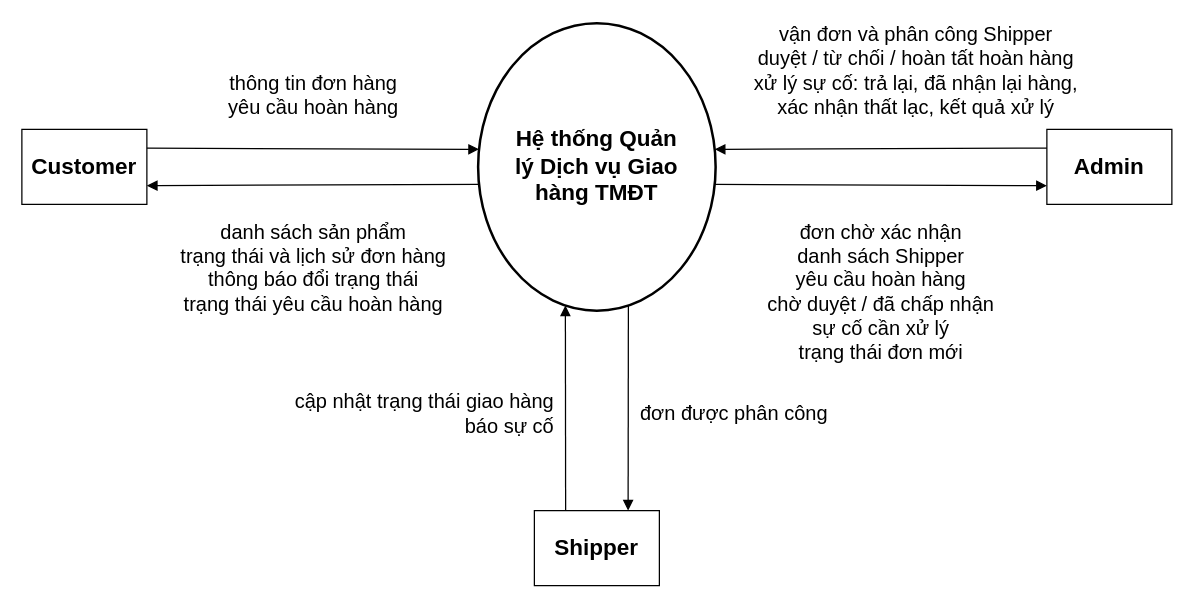
Before: docs/srs/diagrams/context.drawio in MinhNhat-hub/GiaoHangThuongMaiDienTu, a draw.io diagram. Source tidied: cells renumbered, new cells numbered last; positions are measured from the earlier drawing's top-left corner, leaving out a move shared by most shapes. Both pictures are drawn from the tidied source at 125%, with x=0, y=0 at pixel (21, 22).
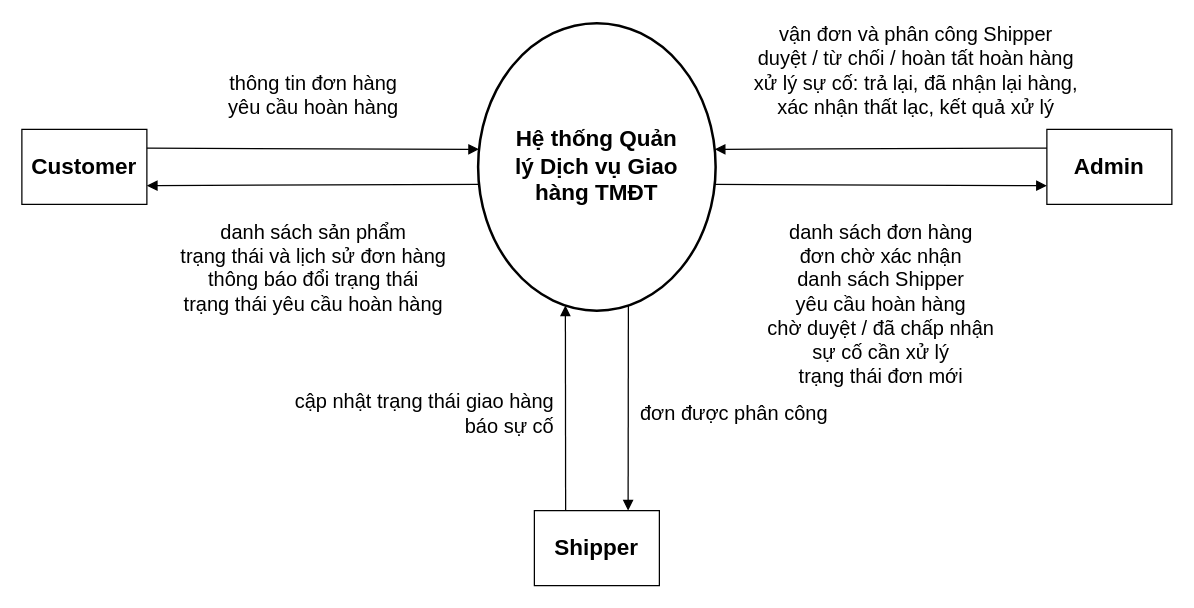
After the change.

The edit, as a diff of the source:
```diff
@@
 <mxGraphModel background="#ffffff">
   <root>
     <mxCell id="0" />
     <mxCell id="1" parent="0" />
     <mxCell id="2" value="Customer" style="rounded=0;whiteSpace=wrap;html=1;fontSize=18;fontStyle=1;fillColor=#ffffff;strokeColor=#000000;" parent="1" vertex="1">
       <mxGeometry y="85" width="100" height="60" as="geometry" />
     </mxCell>
     <mxCell id="3" value="Hệ thống Quản lý Dịch vụ Giao hàng TMĐT" style="ellipse;whiteSpace=wrap;html=1;fontSize=18;fontStyle=1;fillColor=#ffffff;strokeColor=#000000;strokeWidth=2;spacing=22;" parent="1" vertex="1">
       <mxGeometry x="365" width="190" height="230" as="geometry" />
     </mxCell>
     <mxCell id="4" value="Admin" style="rounded=0;whiteSpace=wrap;html=1;fontSize=18;fontStyle=1;fillColor=#ffffff;strokeColor=#000000;" parent="1" vertex="1">
       <mxGeometry x="820" y="85" width="100" height="60" as="geometry" />
     </mxCell>
     <mxCell id="5" value="Shipper" style="rounded=0;whiteSpace=wrap;html=1;fontSize=18;fontStyle=1;fillColor=#ffffff;strokeColor=#000000;" parent="1" vertex="1">
       <mxGeometry x="410" y="390" width="100" height="60" as="geometry" />
     </mxCell>
     <mxCell id="6" value="thông tin đơn hàng&lt;br&gt;yêu cầu hoàn hàng" style="endArrow=block;endFill=1;html=1;rounded=0;strokeColor=#000000;labelBackgroundColor=#ffffff;fontSize=16;verticalAlign=bottom;exitX=1;exitY=0.25;exitDx=0;exitDy=0;entryX=0.0043;entryY=0.4348;entryDx=0;entryDy=0;" parent="1" edge="1" source="2" target="3">
       <mxGeometry relative="1" as="geometry">
         <mxPoint x="0.1" y="-21" as="offset" />
       </mxGeometry>
     </mxCell>
     <mxCell id="7" value="danh sách sản phẩm&lt;br&gt;trạng thái và lịch sử đơn hàng&lt;br&gt;thông báo đổi trạng thái&lt;br&gt;trạng thái yêu cầu hoàn hàng" style="endArrow=block;endFill=1;html=1;rounded=0;strokeColor=#000000;labelBackgroundColor=#ffffff;fontSize=16;verticalAlign=top;exitX=0.0043;exitY=0.5652;exitDx=0;exitDy=0;entryX=1;entryY=0.75;entryDx=0;entryDy=0;" parent="1" edge="1" source="3" target="2">
       <mxGeometry relative="1" as="geometry">
         <mxPoint x="0.1" y="21" as="offset" />
       </mxGeometry>
     </mxCell>
     <mxCell id="8" value="vận đơn và phân công Shipper&lt;br&gt;duyệt / từ chối / hoàn tất hoàn hàng&lt;br&gt;xử lý sự cố: trả lại, đã nhận lại hàng,&lt;br&gt;xác nhận thất lạc, kết quả xử lý" style="endArrow=block;endFill=1;html=1;rounded=0;strokeColor=#000000;labelBackgroundColor=#ffffff;fontSize=16;verticalAlign=bottom;exitX=0;exitY=0.25;exitDx=0;exitDy=0;entryX=0.9957;entryY=0.4348;entryDx=0;entryDy=0;" parent="1" edge="1" source="4" target="3">
       <mxGeometry relative="1" as="geometry">
         <mxPoint x="27.9" y="-21" as="offset" />
       </mxGeometry>
     </mxCell>
-    <mxCell id="9" value="đơn chờ xác nhận&lt;br&gt;danh sách Shipper&lt;br&gt;yêu cầu hoàn hàng&lt;br&gt;chờ duyệt / đã chấp nhận&lt;br&gt;sự cố cần xử lý&lt;br&gt;trạng thái đơn mới" style="endArrow=block;endFill=1;html=1;rounded=0;strokeColor=#000000;labelBackgroundColor=#ffffff;fontSize=16;verticalAlign=top;exitX=0.9957;exitY=0.5652;exitDx=0;exitDy=0;entryX=0;entryY=0.75;entryDx=0;entryDy=0;" parent="1" edge="1" source="3" target="4">
+    <mxCell id="9" value="danh sách đơn hàng&lt;br&gt;đơn chờ xác nhận&lt;br&gt;danh sách Shipper&lt;br&gt;yêu cầu hoàn hàng&lt;br&gt;chờ duyệt / đã chấp nhận&lt;br&gt;sự cố cần xử lý&lt;br&gt;trạng thái đơn mới" style="endArrow=block;endFill=1;html=1;rounded=0;strokeColor=#000000;labelBackgroundColor=#ffffff;fontSize=16;verticalAlign=top;exitX=0.9957;exitY=0.5652;exitDx=0;exitDy=0;entryX=0;entryY=0.75;entryDx=0;entryDy=0;" parent="1" edge="1" source="3" target="4">
       <mxGeometry relative="1" as="geometry">
         <mxPoint x="-0.1" y="21" as="offset" />
       </mxGeometry>
     </mxCell>
     <mxCell id="10" value="cập nhật trạng thái giao hàng&lt;br&gt;báo sự cố" style="endArrow=block;endFill=1;html=1;rounded=0;strokeColor=#000000;labelBackgroundColor=#ffffff;fontSize=16;align=right;exitX=0.25;exitY=0;exitDx=0;exitDy=0;entryX=0.3684;entryY=0.9824;entryDx=0;entryDy=0;" parent="1" edge="1" source="5" target="3">
       <mxGeometry relative="1" as="geometry">
         <mxPoint x="-8" y="4" as="offset" />
       </mxGeometry>
     </mxCell>
     <mxCell id="11" value="đơn được phân công" style="endArrow=block;endFill=1;html=1;rounded=0;strokeColor=#000000;labelBackgroundColor=#ffffff;fontSize=16;align=left;exitX=0.6316;exitY=0.9824;exitDx=0;exitDy=0;entryX=0.75;entryY=0;entryDx=0;entryDy=0;" parent="1" edge="1" source="3" target="5">
       <mxGeometry relative="1" as="geometry">
         <mxPoint x="8" y="4" as="offset" />
       </mxGeometry>
     </mxCell>
   </root>
 </mxGraphModel>
```
